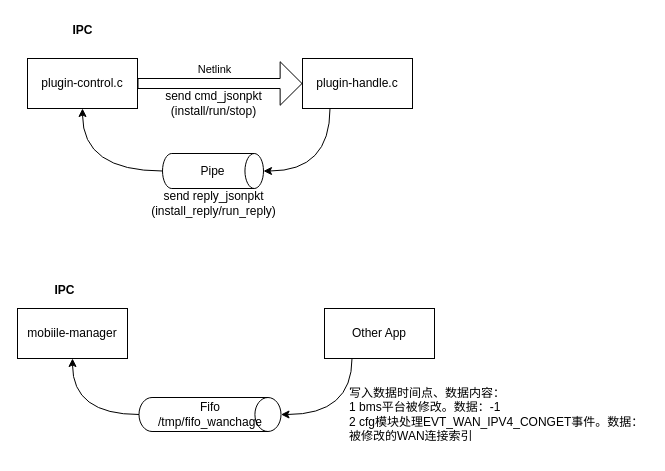
Before: page "ipc" (3 of 4) of gw-mtk/mobile_manager.drawio in waterwatermelon/graph, a draw.io diagram. Source tidied: cells renumbered, new cells numbered last; positions are measured from the earlier drawing's top-left corner, leaving out a move shared by most shapes. Both pictures are drawn from the tidied source at 100%, with x=0, y=0 at pixel (17, 17).
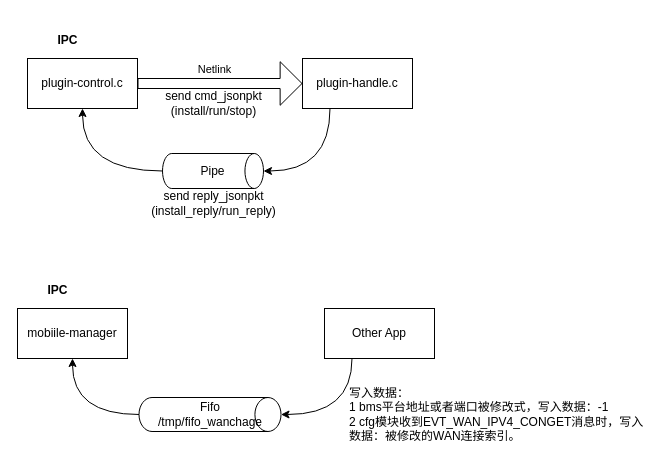
The same page after the edit.

Diff of the diagram source:
```diff
@@
 <mxGraphModel>
   <root>
     <mxCell id="0" />
     <mxCell id="1" parent="0" />
     <mxCell id="2" value="plugin-control.c" style="html=1;whiteSpace=wrap;" parent="1" vertex="1">
       <mxGeometry x="10" y="41" width="110" height="50" as="geometry" />
     </mxCell>
     <mxCell id="3" style="edgeStyle=orthogonalEdgeStyle;rounded=0;jettySize=auto;html=1;exitX=0.25;exitY=1;exitDx=0;exitDy=0;entryX=1;entryY=0.5;entryDx=0;entryDy=0;curved=1;entryPerimeter=0;" parent="1" edge="1" source="4" target="8">
       <mxGeometry relative="1" as="geometry" />
     </mxCell>
     <mxCell id="4" value="plugin-handle.c" style="html=1;whiteSpace=wrap;" parent="1" vertex="1">
       <mxGeometry x="285" y="41" width="110" height="50" as="geometry" />
     </mxCell>
     <mxCell id="5" style="shape=flexArrow;endArrow=classic;html=1;rounded=0;entryX=0;entryY=0.5;entryDx=0;entryDy=0;exitX=1;exitY=0.5;exitDx=0;exitDy=0;endWidth=32.57142857142857;endSize=6.954285714285715;" parent="1" edge="1" source="2" target="4">
       <mxGeometry relative="1" as="geometry" />
     </mxCell>
     <mxCell id="6" value="Netlink" style="edgeLabel;html=1;align=center;verticalAlign=middle;" parent="5" vertex="1">
       <mxGeometry x="-0.03" y="7" relative="1" as="geometry">
         <mxPoint x="-4" y="-8" as="offset" />
       </mxGeometry>
     </mxCell>
     <mxCell id="7" style="edgeStyle=orthogonalEdgeStyle;rounded=0;jettySize=auto;html=1;exitX=0;exitY=0.5;exitDx=0;exitDy=0;exitPerimeter=0;entryX=0.5;entryY=1;entryDx=0;entryDy=0;curved=1;" parent="1" edge="1" source="8" target="2">
       <mxGeometry relative="1" as="geometry" />
     </mxCell>
     <mxCell id="8" value="Pipe" style="strokeWidth=1;html=1;shape=mxgraph.flowchart.direct_data;whiteSpace=wrap;" parent="1" vertex="1">
       <mxGeometry x="145" y="136" width="101" height="35" as="geometry" />
     </mxCell>
     <mxCell id="9" value="send reply_jsonpkt&lt;br&gt;(install_reply/run_reply)" style="text;html=1;align=center;verticalAlign=middle;strokeColor=none;fillColor=none;" parent="1" vertex="1">
       <mxGeometry x="120.5" y="166" width="150" height="40" as="geometry" />
     </mxCell>
     <mxCell id="10" value="send cmd_jsonpkt&lt;br&gt;(install/run/stop)" style="text;html=1;align=center;verticalAlign=middle;strokeColor=none;fillColor=none;" parent="1" vertex="1">
       <mxGeometry x="135.5" y="66" width="120" height="40" as="geometry" />
     </mxCell>
     <mxCell id="11" value="IPC" style="text;align=center;fontStyle=1;verticalAlign=middle;spacingLeft=3;spacingRight=3;strokeColor=none;html=1;" parent="1" vertex="1">
-      <mxGeometry x="25" width="80" height="26" as="geometry" />
+      <mxGeometry x="10" y="10" width="80" height="26" as="geometry" />
     </mxCell>
     <mxCell id="12" value="mobiile-manager" style="html=1;whiteSpace=wrap;" parent="1" vertex="1">
       <mxGeometry y="291" width="110" height="50" as="geometry" />
     </mxCell>
     <mxCell id="13" style="edgeStyle=orthogonalEdgeStyle;rounded=0;jettySize=auto;html=1;exitX=0.25;exitY=1;exitDx=0;exitDy=0;entryX=1;entryY=0.5;entryDx=0;entryDy=0;curved=1;entryPerimeter=0;" parent="1" edge="1" source="14" target="16">
       <mxGeometry relative="1" as="geometry" />
     </mxCell>
     <mxCell id="14" value="Other App" style="html=1;whiteSpace=wrap;" parent="1" vertex="1">
       <mxGeometry x="307" y="291" width="110" height="50" as="geometry" />
     </mxCell>
     <mxCell id="15" style="edgeStyle=orthogonalEdgeStyle;rounded=0;jettySize=auto;html=1;exitX=0;exitY=0.5;exitDx=0;exitDy=0;exitPerimeter=0;entryX=0.5;entryY=1;entryDx=0;entryDy=0;curved=1;" parent="1" edge="1" source="16" target="12">
       <mxGeometry relative="1" as="geometry" />
     </mxCell>
     <mxCell id="16" value="Fifo&lt;br&gt;/tmp/fifo_wanchage" style="strokeWidth=1;html=1;shape=mxgraph.flowchart.direct_data;whiteSpace=wrap;" parent="1" vertex="1">
       <mxGeometry x="121.5" y="380" width="142" height="34" as="geometry" />
     </mxCell>
     <mxCell id="17" value="IPC" style="text;align=center;fontStyle=1;verticalAlign=middle;spacingLeft=3;spacingRight=3;strokeColor=none;html=1;" parent="1" vertex="1">
-      <mxGeometry x="7" y="260" width="80" height="26" as="geometry" />
+      <mxGeometry y="260" width="80" height="26" as="geometry" />
     </mxCell>
-    <mxCell id="18" value="写入数据时间点、数据内容：&lt;br&gt;1 bms平台被修改。数据：-1&lt;br&gt;2 cfg模块处理EVT_WAN_IPV4_CONGET事件。数据：被修改的WAN连接索引" style="text;html=1;strokeColor=none;fillColor=none;align=left;verticalAlign=middle;whiteSpace=wrap;rounded=0;" parent="1" vertex="1">
+    <mxCell id="18" value="写入数据：&lt;br&gt;1 bms平台地址或者端口被修改式，写入数据：-1&lt;br&gt;2 cfg模块收到EVT_WAN_IPV4_CONGET消息时，写入数据：被修改的WAN连接索引。" style="text;html=1;strokeColor=none;fillColor=none;align=left;verticalAlign=middle;whiteSpace=wrap;rounded=0;" parent="1" vertex="1">
       <mxGeometry x="330" y="357" width="300" height="80" as="geometry" />
     </mxCell>
   </root>
 </mxGraphModel>
```
